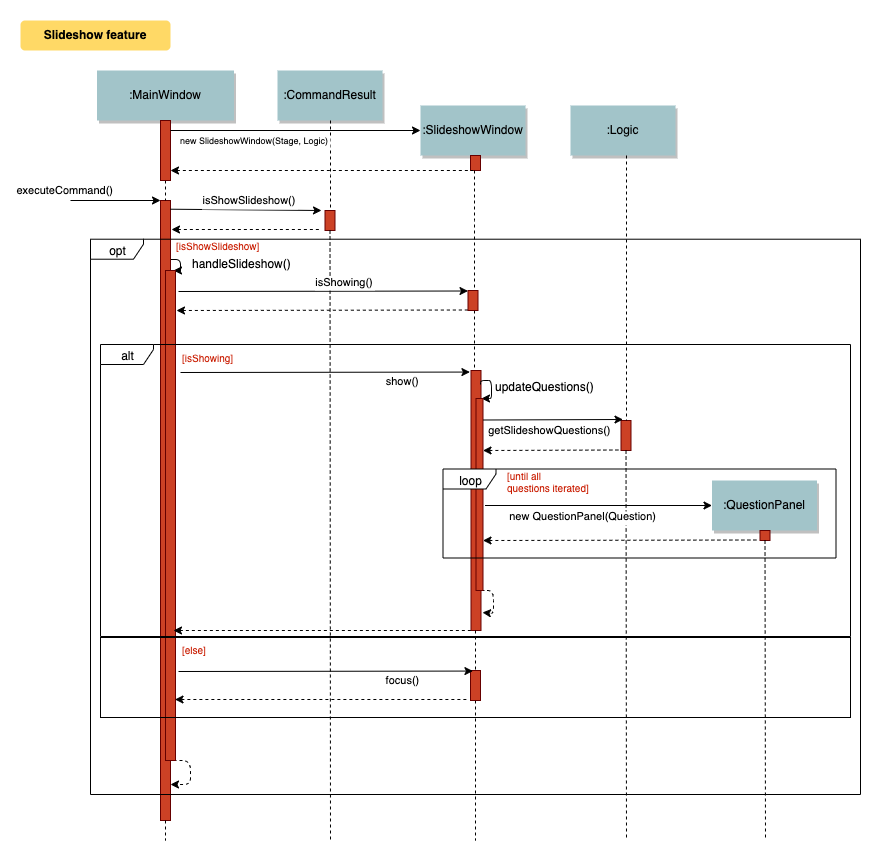
Earlier version of the draw.io export docs/images/SlideshowFeatureSequenceDiagram.png (nus-cs2103-AY1920S1/addressbook-level3). Source tidied: cells renumbered, new cells last; positions are measured from the earlier drawing's top-left corner, leaving out a move shared by most shapes.
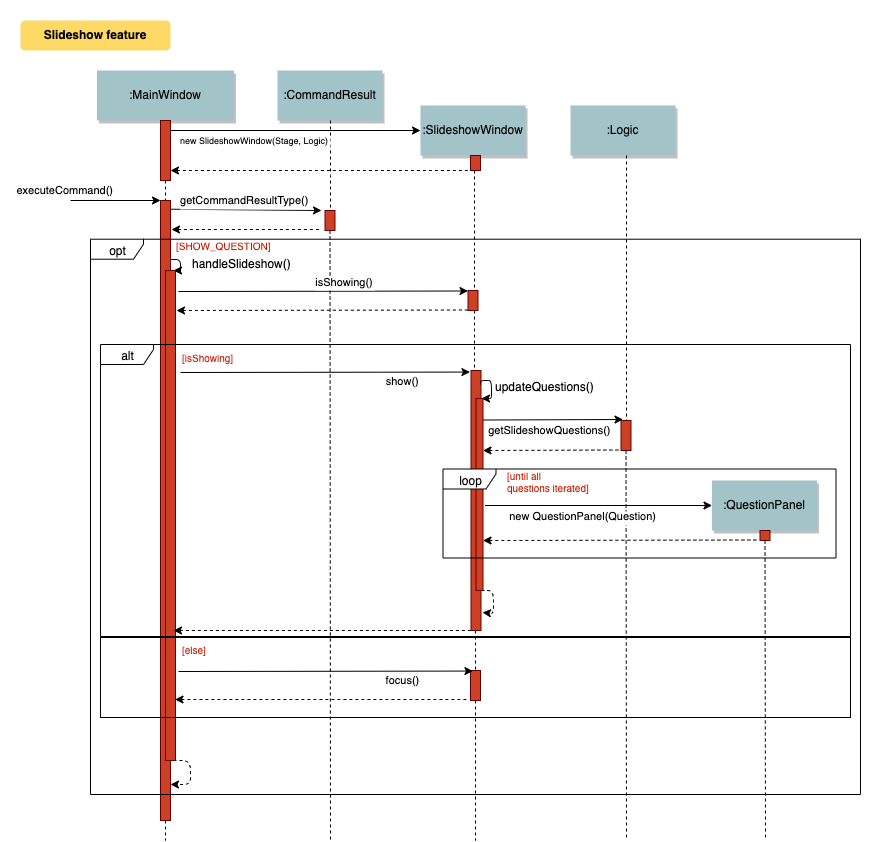
After the change.

Commit message:
Adjust sequence diagram for slideshow

The edit, as a diff of the source:
```diff
@@ -56,11 +56,11 @@
     <mxCell id="14" style="fillColor=#CC4125;strokeColor=#660000;" parent="1" vertex="1">
       <mxGeometry x="324.5" y="210" width="10" height="20" as="geometry" />
     </mxCell>
-    <mxCell id="15" value="isShowSlideshow()" style="edgeStyle=none;verticalLabelPosition=top;verticalAlign=bottom;labelPosition=left;align=right;exitX=1.286;exitY=0.067;exitDx=0;exitDy=0;exitPerimeter=0;" parent="1" edge="1">
-      <mxGeometry x="-3" y="60" as="geometry">
+    <mxCell id="15" value="getCommandResultType()" style="edgeStyle=none;verticalLabelPosition=top;verticalAlign=bottom;labelPosition=left;align=right;exitX=1.286;exitY=0.067;exitDx=0;exitDy=0;exitPerimeter=0;" parent="1" edge="1">
+      <mxGeometry as="geometry">
         <mxPoint x="169.9" y="208.7" as="sourcePoint" />
         <mxPoint x="321" y="210" as="targetPoint" />
-        <mxPoint x="52" y="1" as="offset" />
+        <mxPoint x="65" y="1" as="offset" />
       </mxGeometry>
     </mxCell>
     <mxCell id="16" style="edgeStyle=none;verticalLabelPosition=top;verticalAlign=bottom;labelPosition=left;align=right;endArrow=none;startArrow=classic;dashed=1;" parent="1" edge="1">
@@ -270,7 +270,7 @@
     <mxCell id="63" value="opt" style="shape=umlFrame;whiteSpace=wrap;html=1;width=53;height=20;" parent="62" vertex="1">
       <mxGeometry y="34.7" width="770" height="555.3" as="geometry" />
     </mxCell>
-    <mxCell id="64" value="&lt;font color=&quot;#c91b00&quot; style=&quot;font-size: 10px;&quot;&gt;[isShowSlideshow]&lt;/font&gt;" style="text;html=1;fontSize=10;" parent="62" vertex="1">
+    <mxCell id="64" value="&lt;font color=&quot;#c91b00&quot; style=&quot;font-size: 10px&quot;&gt;[SHOW_QUESTION]&lt;/font&gt;" style="text;html=1;fontSize=10;" parent="62" vertex="1">
       <mxGeometry x="83.5" y="28.5" width="314.1" height="25" as="geometry" />
     </mxCell>
   </root>
```
